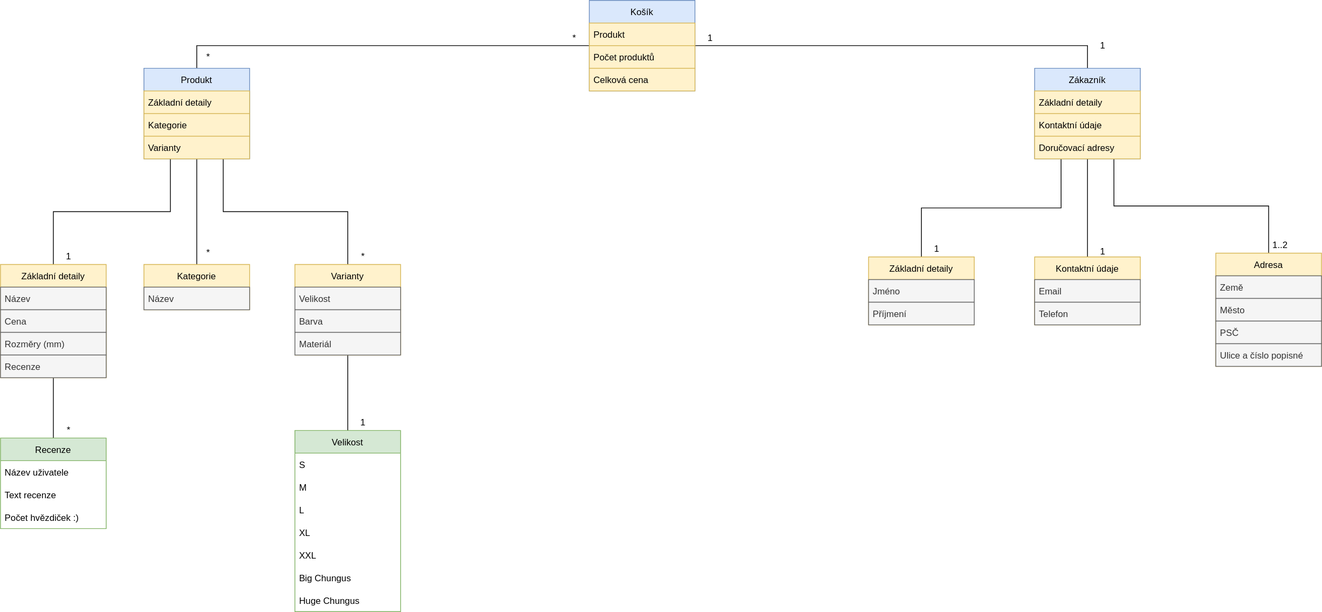
Earlier version of the draw.io export Eshop.drawio.svg (TomasKelbasa/diagrams.net). Source tidied: cells renumbered, new cells last; positions are measured from the earlier drawing's top-left corner, leaving out a move shared by most shapes.
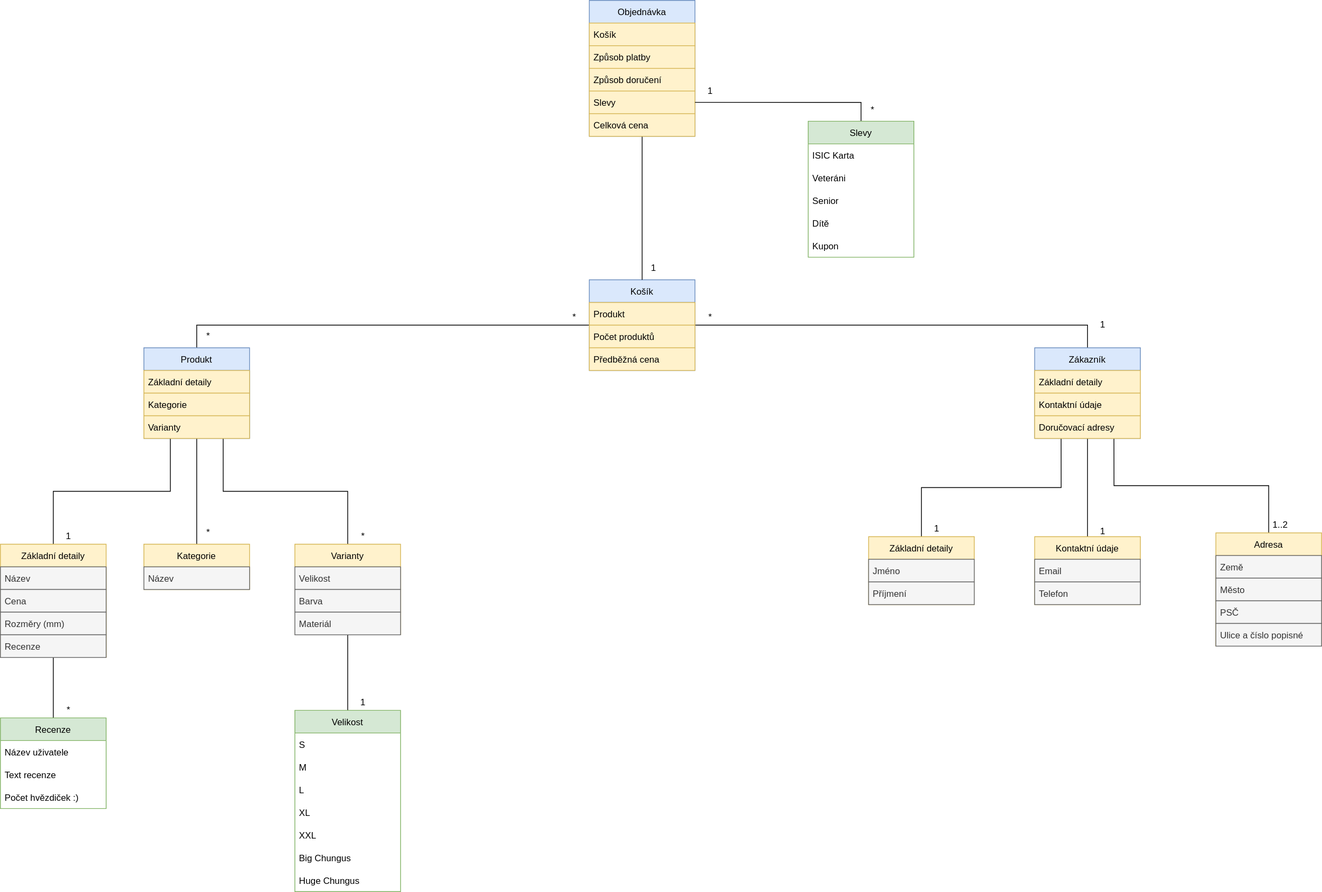
The same file after the commit.

What changed in the source:
```diff
@@ -191,10 +191,10 @@
     <mxCell id="64" value="Počet produktů" style="text;strokeColor=#d6b656;fillColor=#fff2cc;align=left;verticalAlign=middle;spacingLeft=4;spacingRight=4;overflow=hidden;" parent="62" vertex="1">
       <mxGeometry y="60" width="140" height="30" as="geometry" />
     </mxCell>
-    <mxCell id="65" value="Celková cena" style="text;strokeColor=#d6b656;fillColor=#fff2cc;align=left;verticalAlign=middle;spacingLeft=4;spacingRight=4;overflow=hidden;" parent="62" vertex="1">
+    <mxCell id="65" value="Předběžná cena" style="text;strokeColor=#d6b656;fillColor=#fff2cc;align=left;verticalAlign=middle;spacingLeft=4;spacingRight=4;overflow=hidden;" parent="62" vertex="1">
       <mxGeometry y="90" width="140" height="30" as="geometry" />
     </mxCell>
-    <mxCell id="66" value="1" style="text;html=1;align=center;verticalAlign=middle;strokeColor=none;fillColor=none;" parent="1" vertex="1">
+    <mxCell id="66" value="*" style="text;html=1;align=center;verticalAlign=middle;strokeColor=none;fillColor=none;" parent="1" vertex="1">
       <mxGeometry x="925" y="35" width="30" height="30" as="geometry" />
     </mxCell>
     <mxCell id="67" value="1" style="text;html=1;align=center;verticalAlign=middle;strokeColor=none;fillColor=none;" parent="1" vertex="1">
@@ -206,5 +206,56 @@
     <mxCell id="69" value="*" style="text;html=1;align=center;verticalAlign=middle;strokeColor=none;fillColor=none;" parent="1" vertex="1">
       <mxGeometry x="260" y="60" width="30" height="30" as="geometry" />
     </mxCell>
+    <mxCell id="70" style="edgeStyle=orthogonalEdgeStyle;rounded=0;jettySize=auto;html=1;exitX=0.5;exitY=1;exitDx=0;exitDy=0;entryX=0.5;entryY=0;entryDx=0;entryDy=0;endArrow=none;endFill=0;" parent="1" edge="1" source="71" target="62">
+      <mxGeometry relative="1" as="geometry" />
+    </mxCell>
+    <mxCell id="71" value="Objednávka" style="swimlane;fontStyle=0;horizontal=1;startSize=30;fillColor=#dae8fc;strokeColor=#6c8ebf;" parent="1" vertex="1">
+      <mxGeometry x="780" y="-370" width="140" height="180" as="geometry" />
+    </mxCell>
+    <mxCell id="72" value="Košík" style="text;strokeColor=#d6b656;fillColor=#fff2cc;align=left;verticalAlign=middle;spacingLeft=4;spacingRight=4;overflow=hidden;" parent="71" vertex="1">
+      <mxGeometry y="30" width="140" height="30" as="geometry" />
+    </mxCell>
+    <mxCell id="73" value="Způsob platby" style="text;strokeColor=#d6b656;fillColor=#fff2cc;align=left;verticalAlign=middle;spacingLeft=4;spacingRight=4;overflow=hidden;" parent="71" vertex="1">
+      <mxGeometry y="60" width="140" height="30" as="geometry" />
+    </mxCell>
+    <mxCell id="74" value="Způsob doručení" style="text;strokeColor=#d6b656;fillColor=#fff2cc;align=left;verticalAlign=middle;spacingLeft=4;spacingRight=4;overflow=hidden;" parent="71" vertex="1">
+      <mxGeometry y="90" width="140" height="30" as="geometry" />
+    </mxCell>
+    <mxCell id="75" value="Slevy" style="text;strokeColor=#d6b656;fillColor=#fff2cc;align=left;verticalAlign=middle;spacingLeft=4;spacingRight=4;overflow=hidden;points=[[0,0.5],[1,0.5]];portConstraint=eastwest;" parent="71" vertex="1">
+      <mxGeometry y="120" width="140" height="30" as="geometry" />
+    </mxCell>
+    <mxCell id="76" value="Celková cena" style="text;strokeColor=#d6b656;fillColor=#fff2cc;align=left;verticalAlign=middle;spacingLeft=4;spacingRight=4;overflow=hidden;" parent="71" vertex="1">
+      <mxGeometry y="150" width="140" height="30" as="geometry" />
+    </mxCell>
+    <mxCell id="77" value="1" style="text;html=1;align=center;verticalAlign=middle;strokeColor=none;fillColor=none;" parent="1" vertex="1">
+      <mxGeometry x="850" y="-30" width="30" height="30" as="geometry" />
+    </mxCell>
+    <mxCell id="78" style="edgeStyle=orthogonalEdgeStyle;rounded=0;jettySize=auto;html=1;exitX=0.5;exitY=0;exitDx=0;exitDy=0;entryX=1;entryY=0.5;entryDx=0;entryDy=0;endArrow=none;endFill=0;" parent="1" edge="1" source="79" target="75">
+      <mxGeometry relative="1" as="geometry" />
+    </mxCell>
+    <mxCell id="79" value="Slevy" style="swimlane;fontStyle=0;horizontal=1;startSize=30;fillColor=#d5e8d4;strokeColor=#82b366;" parent="1" vertex="1">
+      <mxGeometry x="1070" y="-210" width="140" height="180" as="geometry" />
+    </mxCell>
+    <mxCell id="80" value="ISIC Karta" style="text;align=left;verticalAlign=middle;spacingLeft=4;spacingRight=4;overflow=hidden;" parent="79" vertex="1">
+      <mxGeometry y="30" width="140" height="30" as="geometry" />
+    </mxCell>
+    <mxCell id="81" value="Veteráni" style="text;align=left;verticalAlign=middle;spacingLeft=4;spacingRight=4;overflow=hidden;" parent="79" vertex="1">
+      <mxGeometry y="60" width="140" height="30" as="geometry" />
+    </mxCell>
+    <mxCell id="82" value="Senior" style="text;align=left;verticalAlign=middle;spacingLeft=4;spacingRight=4;overflow=hidden;" parent="79" vertex="1">
+      <mxGeometry y="90" width="140" height="30" as="geometry" />
+    </mxCell>
+    <mxCell id="83" value="Dítě" style="text;align=left;verticalAlign=middle;spacingLeft=4;spacingRight=4;overflow=hidden;" parent="79" vertex="1">
+      <mxGeometry y="120" width="140" height="30" as="geometry" />
+    </mxCell>
+    <mxCell id="84" value="Kupon" style="text;align=left;verticalAlign=middle;spacingLeft=4;spacingRight=4;overflow=hidden;" parent="79" vertex="1">
+      <mxGeometry y="150" width="140" height="30" as="geometry" />
+    </mxCell>
+    <mxCell id="85" value="*" style="text;html=1;align=center;verticalAlign=middle;strokeColor=none;fillColor=none;" parent="1" vertex="1">
+      <mxGeometry x="1140" y="-240" width="30" height="30" as="geometry" />
+    </mxCell>
+    <mxCell id="86" value="1" style="text;html=1;align=center;verticalAlign=middle;strokeColor=none;fillColor=none;" parent="1" vertex="1">
+      <mxGeometry x="925" y="-265" width="30" height="30" as="geometry" />
+    </mxCell>
   </root>
 </mxGraphModel>
```
